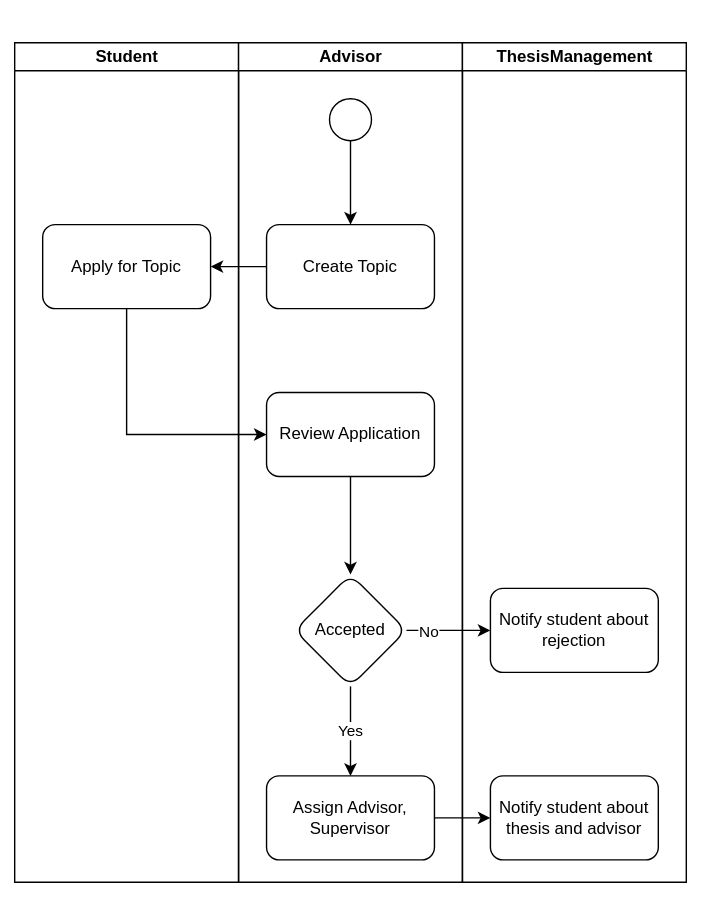
The draw.io diagram docs/files/thesis-application-flowchart.svg in ls1intum/thesis-management, before a commit. Source tidied: cells renumbered, new cells last; positions are measured from the earlier drawing's top-left corner, leaving out a move shared by most shapes.
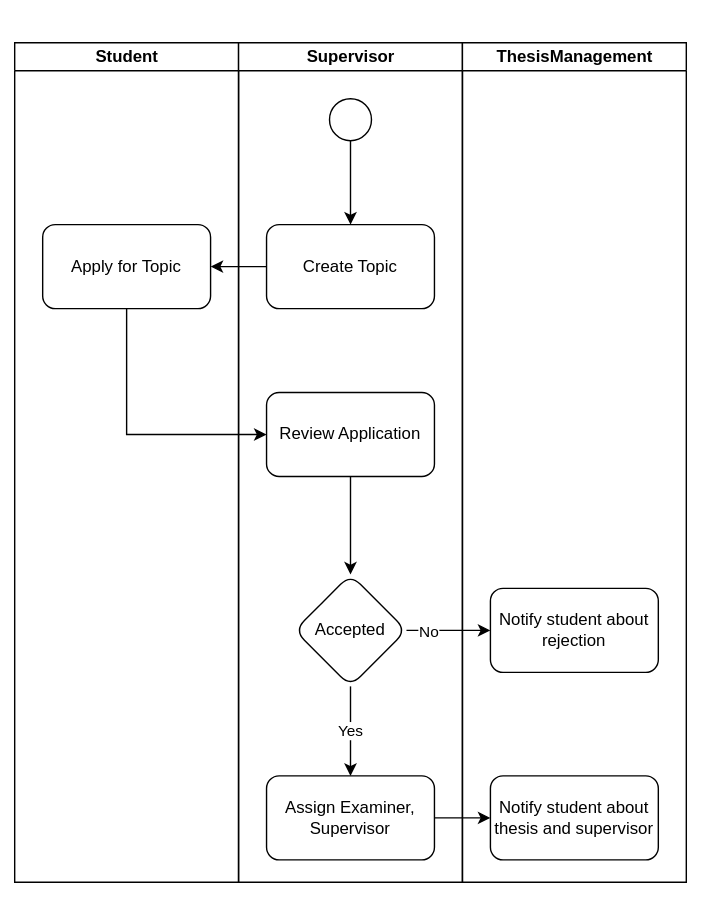
Later version of the same file.

Diff of the diagram source:
```diff
@@ -11,7 +11,7 @@
     <mxCell id="4" value="Apply for Topic" style="rounded=1;whiteSpace=wrap;html=1;" parent="3" vertex="1">
       <mxGeometry x="20" y="130" width="120" height="60" as="geometry" />
     </mxCell>
-    <mxCell id="5" value="Advisor" style="swimlane;html=1;startSize=20;" parent="2" vertex="1">
+    <mxCell id="5" value="Supervisor" style="swimlane;html=1;startSize=20;" parent="2" vertex="1">
       <mxGeometry x="160" y="20" width="160" height="600" as="geometry" />
     </mxCell>
     <mxCell id="6" style="edgeStyle=orthogonalEdgeStyle;rounded=0;jettySize=auto;html=1;exitX=0.5;exitY=1;exitDx=0;exitDy=0;entryX=0.5;entryY=0;entryDx=0;entryDy=0;" parent="5" edge="1" source="7" target="8">
@@ -35,7 +35,7 @@
     <mxCell id="12" value="Accepted" style="rhombus;whiteSpace=wrap;html=1;rounded=1;" parent="5" vertex="1">
       <mxGeometry x="40" y="380" width="80" height="80" as="geometry" />
     </mxCell>
-    <mxCell id="13" value="Assign Advisor, Supervisor" style="whiteSpace=wrap;html=1;rounded=1;" parent="5" vertex="1">
+    <mxCell id="13" value="Assign Examiner, Supervisor" style="whiteSpace=wrap;html=1;rounded=1;" parent="5" vertex="1">
       <mxGeometry x="20" y="524" width="120" height="60" as="geometry" />
     </mxCell>
     <mxCell id="14" value="ThesisManagement" style="swimlane;html=1;startSize=20;" parent="2" vertex="1">
@@ -44,7 +44,7 @@
     <mxCell id="15" value="Notify student about rejection" style="whiteSpace=wrap;html=1;rounded=1;" parent="14" vertex="1">
       <mxGeometry x="20" y="390" width="120" height="60" as="geometry" />
     </mxCell>
-    <mxCell id="16" value="Notify student about thesis and advisor" style="whiteSpace=wrap;html=1;rounded=1;" parent="14" vertex="1">
+    <mxCell id="16" value="Notify student about thesis and supervisor" style="whiteSpace=wrap;html=1;rounded=1;" parent="14" vertex="1">
       <mxGeometry x="20" y="524" width="120" height="60" as="geometry" />
     </mxCell>
     <mxCell id="17" style="edgeStyle=orthogonalEdgeStyle;rounded=0;jettySize=auto;html=1;" parent="2" edge="1" source="8" target="4">
```
